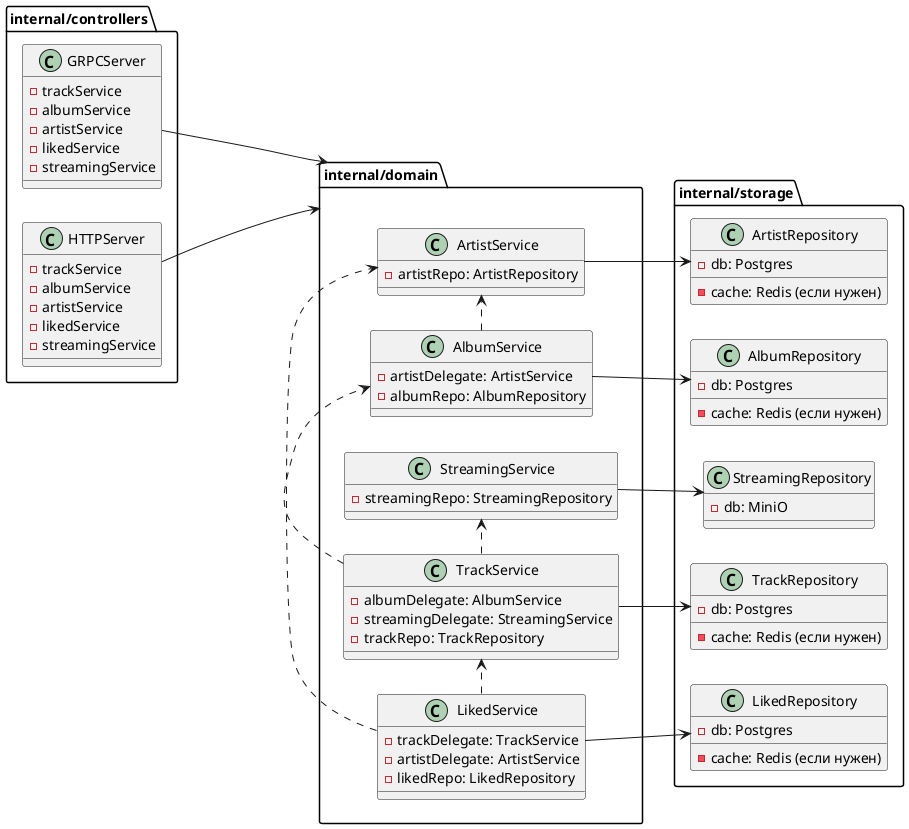
Before: src/musical/diagram.png, a diagram exported from PlantUML (TeoPlow/online-music-service).
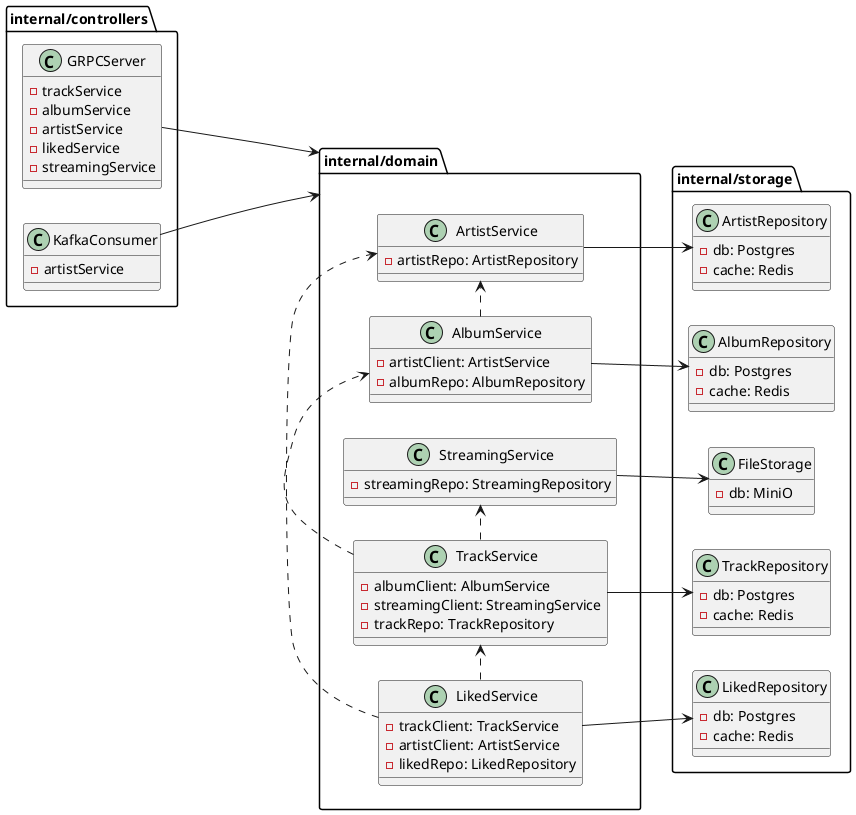
After the change.

Diff of the diagram source:
```diff
@@ -9,31 +9,27 @@
         -likedService
         -streamingService
     }
-    class HTTPServer {
-        -trackService
-        -albumService
+    class KafkaConsumer {
         -artistService
-        -likedService
-        -streamingService
     }
 }
 
 package internal/domain {
     class TrackService {
-        -albumDelegate: AlbumService
-        -streamingDelegate: StreamingService
+        -albumClient: AlbumService
+        -streamingClient: StreamingService
         -trackRepo: TrackRepository
     }
     class AlbumService {
-        -artistDelegate: ArtistService
+        -artistClient: ArtistService
         -albumRepo: AlbumRepository
     }
     class ArtistService {
         -artistRepo: ArtistRepository
     }
     class LikedService {
-        -trackDelegate: TrackService
-        -artistDelegate: ArtistService
+        -trackClient: TrackService
+        -artistClient: ArtistService
         -likedRepo: LikedRepository
     }
     class StreamingService {
@@ -44,27 +40,27 @@
 package internal/storage {
     class TrackRepository {
         -db: Postgres
-        -cache: Redis (если нужен)
+        -cache: Redis
     }
     class AlbumRepository {
         -db: Postgres
-        -cache: Redis (если нужен)
+        -cache: Redis
     }
     class ArtistRepository {
         -db: Postgres
-        -cache: Redis (если нужен)
+        -cache: Redis
     }
     class LikedRepository {
         -db: Postgres
-        -cache: Redis (если нужен)
+        -cache: Redis
     }
-    class StreamingRepository {
+    class FileStorage {
         -db: MiniO
     }
 }
 
 "GRPCServer" ====> "internal/domain"
-"HTTPServer" ====> "internal/domain"
+"KafkaConsumer" ====> "internal/domain"
 
 "TrackService" .> "AlbumService"
 "TrackService" .> "StreamingService"
@@ -79,5 +75,5 @@
 "LikedService" .> "TrackService"
 "LikedService" --> "LikedRepository"
 
-"StreamingService" --> "StreamingRepository"
+"StreamingService" --> "FileStorage"
 @enduml
```
